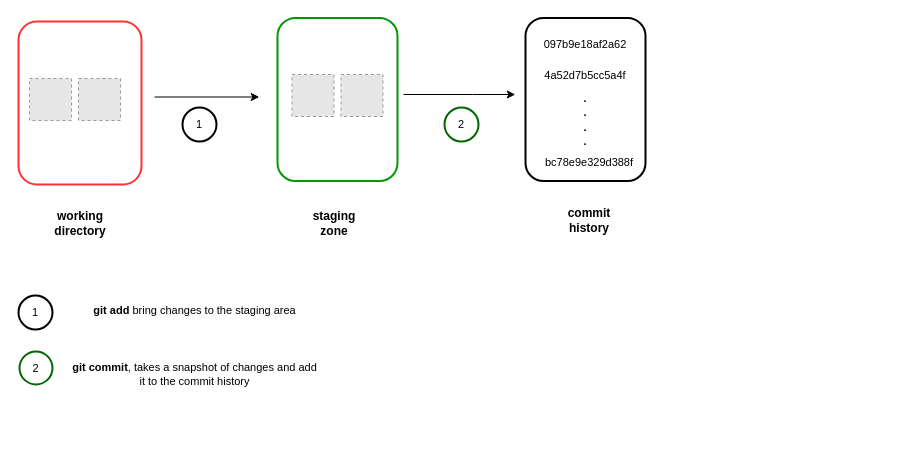
Earlier version of the draw.io diagram how-git-work.drawio (octave0694/git-cheat-sheat). Source tidied: cells renumbered, new cells numbered last; positions are measured from the earlier drawing's top-left corner, leaving out a move shared by most shapes. Both pictures are drawn from the tidied source at 100%, with x=0, y=0 at pixel (18, 17). Pictures stored in the file or linked from it are replaced by grey dashed boxes.
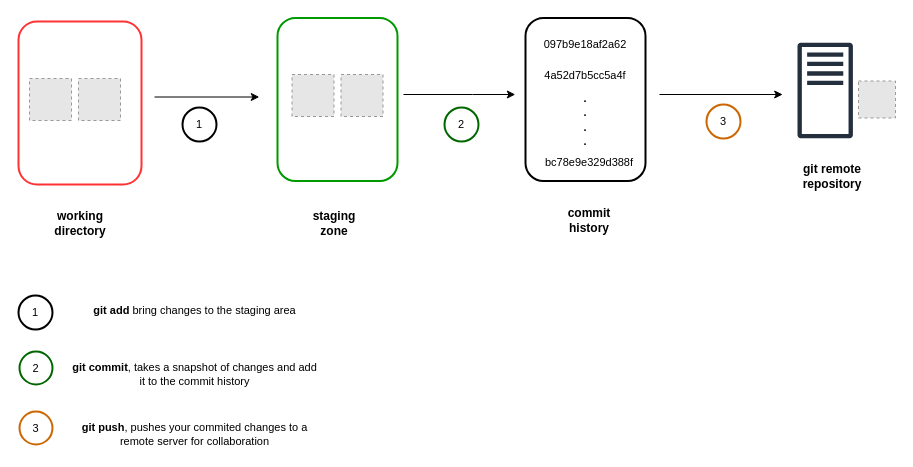
The same page after the edit.

Commit message:
update how git works diagram

Change to the diagram source:
```diff
@@
+    <mxCell id="24" style="edgeStyle=orthogonalEdgeStyle;rounded=0;orthogonalLoop=1;jettySize=auto;html=1;fontSize=11;" parent="1" edge="1">
+      <mxGeometry relative="1" as="geometry">
+        <mxPoint x="641" y="77" as="sourcePoint" />
+        <mxPoint x="764.2" y="77" as="targetPoint" />
+      </mxGeometry>
+    </mxCell>
@@
+    <mxCell id="25" style="sketch=0;fontColor=#232F3E;gradientColor=none;fillColor=#232F3D;strokeColor=none;dashed=0;verticalLabelPosition=bottom;verticalAlign=top;align=center;html=1;fontSize=12;fontStyle=0;shape=mxgraph.aws4.traditional_server;" parent="1" vertex="1">
+      <mxGeometry x="779" y="25" width="55.4" height="96" as="geometry" />
+    </mxCell>
+    <mxCell id="26" style="fillColor=#E6E6E6;strokeColor=#999999;dashed=1;html=1;verticalAlign=top;verticalLabelPosition=bottom;labelBackgroundColor=#ffffff;fontSize=11;" parent="1" vertex="1">
+      <mxGeometry x="840" y="63.5" width="37" height="37" as="geometry" />
+    </mxCell>
+    <mxCell id="27" value="&lt;b&gt;git remote repository&lt;/b&gt;" style="text;html=1;strokeColor=none;fillColor=none;align=center;verticalAlign=middle;whiteSpace=wrap;rounded=0;" parent="1" vertex="1">
+      <mxGeometry x="777" y="144" width="74" height="30" as="geometry" />
+    </mxCell>
+    <mxCell id="28" value="3" style="ellipse;whiteSpace=wrap;html=1;fontSize=11;strokeColor=#CC6600;strokeWidth=2;" parent="1" vertex="1">
+      <mxGeometry x="688" y="87" width="34" height="34" as="geometry" />
+    </mxCell>
+    <mxCell id="29" value="3" style="ellipse;whiteSpace=wrap;html=1;fontSize=11;strokeColor=#CC6600;strokeWidth=2;" parent="1" vertex="1">
+      <mxGeometry x="1" y="394" width="33" height="33" as="geometry" />
+    </mxCell>
+    <mxCell id="30" value="&lt;b&gt;git push&lt;/b&gt;, pushes your commited changes to a remote server for collaboration" style="text;html=1;strokeColor=none;fillColor=none;align=center;verticalAlign=middle;whiteSpace=wrap;rounded=0;fontSize=11;" parent="1" vertex="1">
+      <mxGeometry x="49" y="402" width="255" height="30" as="geometry" />
+    </mxCell>
```
